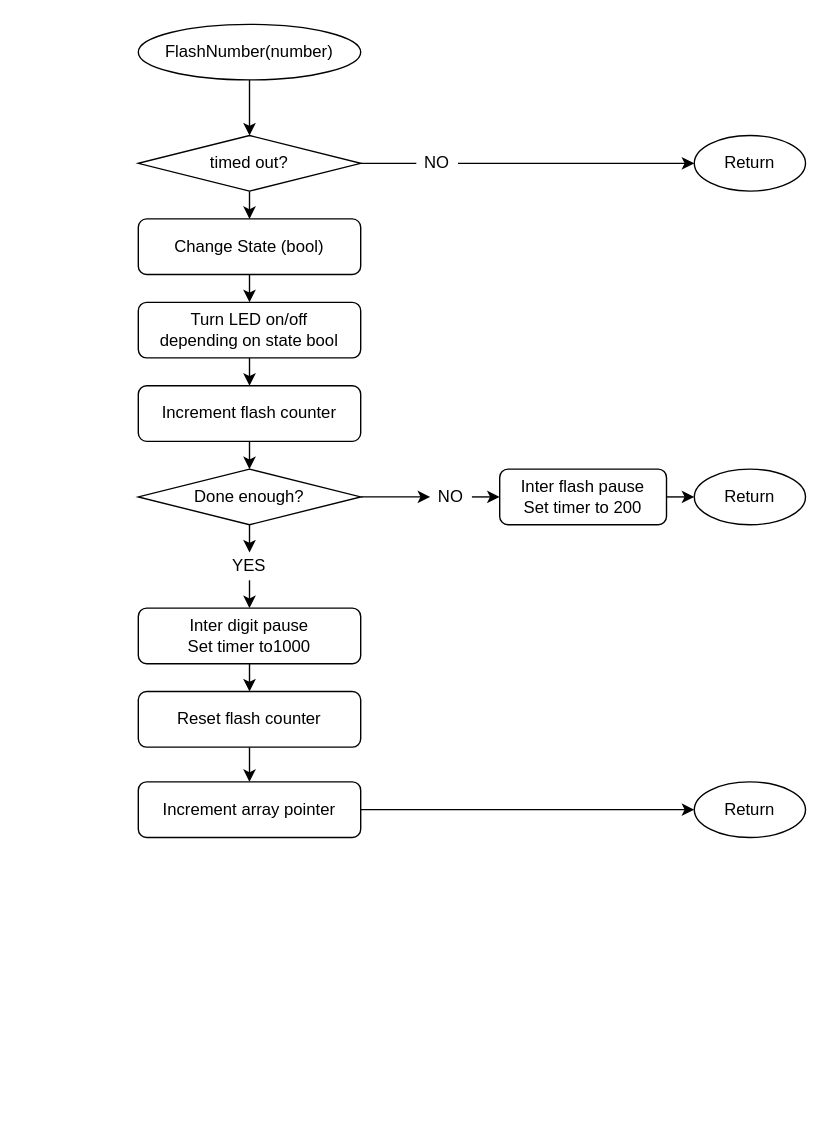
RichardLangner/SimpleTimer keeps this draw.io diagram as include/FlashNumber.drawio. Above is the earlier version. Source tidied: cells renumbered, new cells numbered last; positions are measured from the earlier drawing's top-left corner, leaving out a move shared by most shapes. Both pictures are drawn from the tidied source at 139%, with x=0, y=0 at pixel (138, 24).
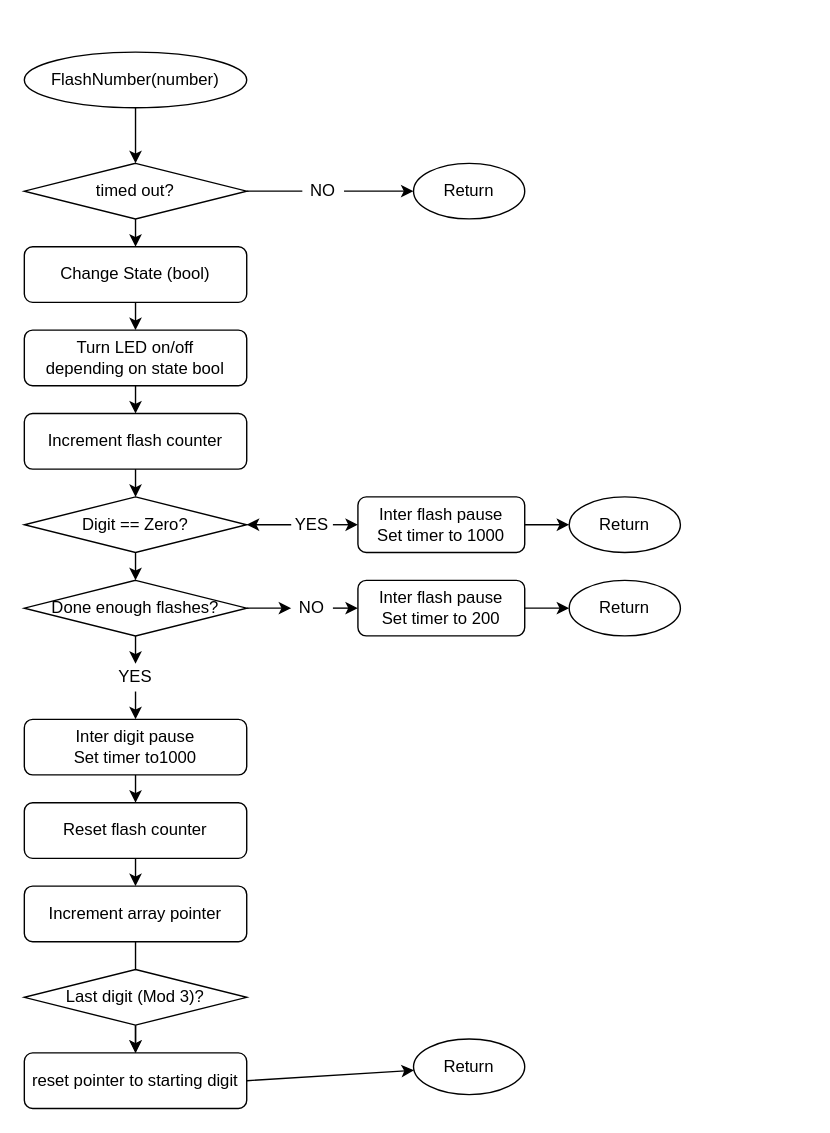
After the change.

What changed in the source:
```diff
@@
     <mxCell id="3" value="Change State (bool)" style="rounded=1;whiteSpace=wrap;html=1;" parent="1" vertex="1">
-      <mxGeometry y="140" width="160" height="40" as="geometry" />
+      <mxGeometry x="-82" y="160" width="160" height="40" as="geometry" />
     </mxCell>
@@
-    <mxCell id="7" value="Done enough?" style="rhombus;whiteSpace=wrap;html=1;" parent="1" vertex="1">
-      <mxGeometry y="320" width="160" height="40" as="geometry" />
+    <mxCell id="7" value="Done enough flashes?" style="rhombus;whiteSpace=wrap;html=1;" parent="1" vertex="1">
+      <mxGeometry x="-82" y="400" width="160" height="40" as="geometry" />
     </mxCell>
@@
     <mxCell id="10" value="timed out?" style="rhombus;whiteSpace=wrap;html=1;" parent="1" vertex="1">
-      <mxGeometry y="80" width="160" height="40" as="geometry" />
+      <mxGeometry x="-82" y="100" width="160" height="40" as="geometry" />
     </mxCell>
@@
     <mxCell id="12" value="Turn LED on/off&lt;br&gt;depending on state bool" style="rounded=1;whiteSpace=wrap;html=1;" parent="1" vertex="1">
-      <mxGeometry y="200" width="160" height="40" as="geometry" />
+      <mxGeometry x="-82" y="220" width="160" height="40" as="geometry" />
     </mxCell>
@@
     <mxCell id="14" value="FlashNumber(number)" style="ellipse;whiteSpace=wrap;html=1;" parent="1" vertex="1">
-      <mxGeometry width="160" height="40" as="geometry" />
+      <mxGeometry x="-82" y="20" width="160" height="40" as="geometry" />
     </mxCell>
     <mxCell id="15" value="Return" style="ellipse;whiteSpace=wrap;html=1;" parent="1" vertex="1">
-      <mxGeometry x="400" y="80" width="80" height="40" as="geometry" />
+      <mxGeometry x="198" y="100" width="80" height="40" as="geometry" />
     </mxCell>
-    <mxCell id="16" style="edgeStyle=none;html=1;" parent="1" edge="1" source="17" target="7">
-      <mxGeometry relative="1" as="geometry" />
-    </mxCell>
+    <mxCell id="33" style="edgeStyle=none;html=1;" parent="1" edge="1" source="17" target="44">
+      <mxGeometry relative="1" as="geometry" />
+    </mxCell>
     <mxCell id="17" value="Increment flash counter" style="rounded=1;whiteSpace=wrap;html=1;" parent="1" vertex="1">
-      <mxGeometry y="260" width="160" height="40" as="geometry" />
+      <mxGeometry x="-82" y="280" width="160" height="40" as="geometry" />
     </mxCell>
-    <mxCell id="18" style="edgeStyle=none;html=1;exitX=1;exitY=0.5;exitDx=0;exitDy=0;" parent="1" edge="1" source="32" target="24">
+    <mxCell id="18" style="edgeStyle=none;html=1;exitX=1;exitY=0.5;exitDx=0;exitDy=0;" parent="1" edge="1" source="40" target="24">
       <mxGeometry relative="1" as="geometry" />
     </mxCell>
@@
     <mxCell id="20" value="Inter digit pause&lt;br&gt;Set timer to1000" style="rounded=1;whiteSpace=wrap;html=1;" parent="1" vertex="1">
-      <mxGeometry y="420" width="160" height="40" as="geometry" />
+      <mxGeometry x="-82" y="500" width="160" height="40" as="geometry" />
     </mxCell>
@@
     <mxCell id="22" value="NO" style="text;strokeColor=none;align=center;fillColor=none;html=1;verticalAlign=middle;whiteSpace=wrap;rounded=0;" parent="1" vertex="1">
-      <mxGeometry x="200" y="85" width="30" height="30" as="geometry" />
+      <mxGeometry x="118" y="105" width="30" height="30" as="geometry" />
     </mxCell>
     <mxCell id="23" value="YES" style="text;strokeColor=none;align=center;fillColor=none;html=1;verticalAlign=middle;whiteSpace=wrap;rounded=0;" parent="1" vertex="1">
-      <mxGeometry x="65" y="380" width="30" height="20" as="geometry" />
+      <mxGeometry x="-17" y="460" width="30" height="20" as="geometry" />
     </mxCell>
     <mxCell id="24" value="Return" style="ellipse;whiteSpace=wrap;html=1;" parent="1" vertex="1">
-      <mxGeometry x="400" y="545" width="80" height="40" as="geometry" />
+      <mxGeometry x="198" y="730" width="80" height="40" as="geometry" />
     </mxCell>
@@
     <mxCell id="26" value="Inter flash pause&lt;br&gt;Set timer to 200" style="rounded=1;whiteSpace=wrap;html=1;" parent="1" vertex="1">
-      <mxGeometry x="260" y="320" width="120" height="40" as="geometry" />
+      <mxGeometry x="158" y="400" width="120" height="40" as="geometry" />
     </mxCell>
     <mxCell id="27" value="Return" style="ellipse;whiteSpace=wrap;html=1;" parent="1" vertex="1">
-      <mxGeometry x="400" y="320" width="80" height="40" as="geometry" />
+      <mxGeometry x="310" y="400" width="80" height="40" as="geometry" />
     </mxCell>
-    <mxCell id="28" style="edgeStyle=none;html=1;" parent="1" edge="1" source="29" target="26">
+    <mxCell id="28" style="edgeStyle=none;html=1;entryX=0;entryY=0.5;entryDx=0;entryDy=0;" parent="1" edge="1" source="29" target="26">
       <mxGeometry relative="1" as="geometry" />
     </mxCell>
     <mxCell id="29" value="NO" style="text;strokeColor=none;align=center;fillColor=none;html=1;verticalAlign=middle;whiteSpace=wrap;rounded=0;" parent="1" vertex="1">
-      <mxGeometry x="210" y="330" width="30" height="20" as="geometry" />
+      <mxGeometry x="110" y="410" width="30" height="20" as="geometry" />
     </mxCell>
@@
     <mxCell id="31" value="Reset flash counter" style="rounded=1;whiteSpace=wrap;html=1;" parent="1" vertex="1">
-      <mxGeometry y="480" width="160" height="40" as="geometry" />
+      <mxGeometry x="-82" y="560" width="160" height="40" as="geometry" />
     </mxCell>
+    <mxCell id="34" style="edgeStyle=none;html=1;" parent="1" edge="1" source="32" target="40">
+      <mxGeometry relative="1" as="geometry" />
+    </mxCell>
     <mxCell id="32" value="Increment array pointer" style="rounded=1;whiteSpace=wrap;html=1;" parent="1" vertex="1">
-      <mxGeometry y="545" width="160" height="40" as="geometry" />
+      <mxGeometry x="-82" y="620" width="160" height="40" as="geometry" />
     </mxCell>
+    <mxCell id="35" style="edgeStyle=none;html=1;" parent="1" edge="1" source="36" target="37">
+      <mxGeometry relative="1" as="geometry" />
+    </mxCell>
+    <mxCell id="36" value="Inter flash pause&lt;br&gt;Set timer to 1000" style="rounded=1;whiteSpace=wrap;html=1;" parent="1" vertex="1">
+      <mxGeometry x="158" y="340" width="120" height="40" as="geometry" />
+    </mxCell>
+    <mxCell id="37" value="Return" style="ellipse;whiteSpace=wrap;html=1;" parent="1" vertex="1">
+      <mxGeometry x="310" y="340" width="80" height="40" as="geometry" />
+    </mxCell>
+    <mxCell id="38" style="edgeStyle=none;html=1;entryX=0;entryY=0.5;entryDx=0;entryDy=0;exitX=1;exitY=0.5;exitDx=0;exitDy=0;" parent="1" edge="1" source="45" target="36">
+      <mxGeometry relative="1" as="geometry" />
+    </mxCell>
+    <mxCell id="39" style="edgeStyle=none;html=1;exitX=0;exitY=0.5;exitDx=0;exitDy=0;entryX=1;entryY=0.5;entryDx=0;entryDy=0;" parent="1" edge="1" source="45" target="44">
+      <mxGeometry relative="1" as="geometry" />
+    </mxCell>
+    <mxCell id="40" value="reset pointer to starting digit" style="rounded=1;whiteSpace=wrap;html=1;" parent="1" vertex="1">
+      <mxGeometry x="-82" y="740" width="160" height="40" as="geometry" />
+    </mxCell>
+    <mxCell id="41" style="edgeStyle=none;html=1;" parent="1" edge="1" source="42" target="40">
+      <mxGeometry relative="1" as="geometry" />
+    </mxCell>
+    <mxCell id="42" value="Last digit (Mod 3)?" style="rhombus;whiteSpace=wrap;html=1;" parent="1" vertex="1">
+      <mxGeometry x="-82" y="680" width="160" height="40" as="geometry" />
+    </mxCell>
+    <mxCell id="43" style="edgeStyle=none;html=1;" parent="1" edge="1" source="44" target="7">
+      <mxGeometry relative="1" as="geometry" />
+    </mxCell>
+    <mxCell id="44" value="Digit == Zero?" style="rhombus;whiteSpace=wrap;html=1;" parent="1" vertex="1">
+      <mxGeometry x="-82" y="340" width="160" height="40" as="geometry" />
+    </mxCell>
+    <mxCell id="45" value="YES" style="text;strokeColor=none;align=center;fillColor=none;html=1;verticalAlign=middle;whiteSpace=wrap;rounded=0;" parent="1" vertex="1">
+      <mxGeometry x="110" y="350" width="30" height="20" as="geometry" />
+    </mxCell>
```
